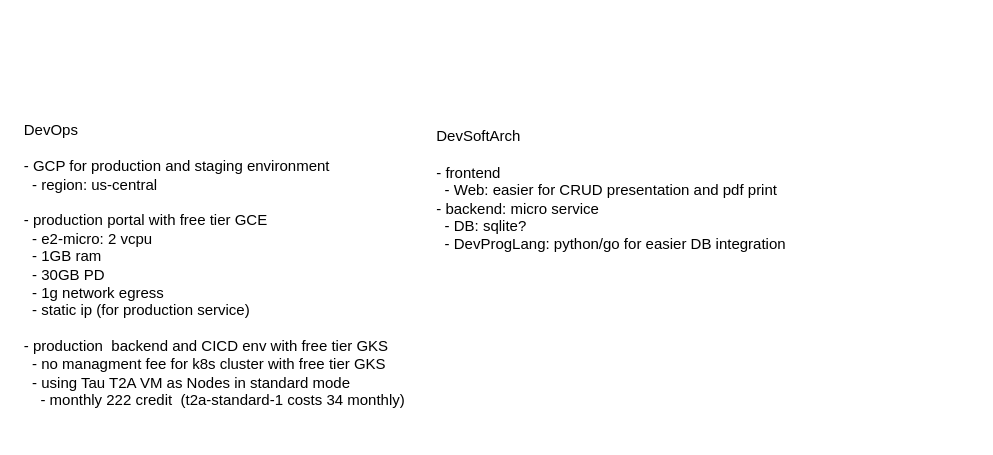
This is doc/jshunsale-devops.drawio from guava-garden/jshun-sale, a draw.io file, before an edit. Source tidied: cells renumbered, new cells numbered last; positions are measured from the earlier drawing's top-left corner, leaving out a move shared by most shapes. Both pictures are drawn from the tidied source at 125%, with x=0, y=0 at pixel (21, 21).
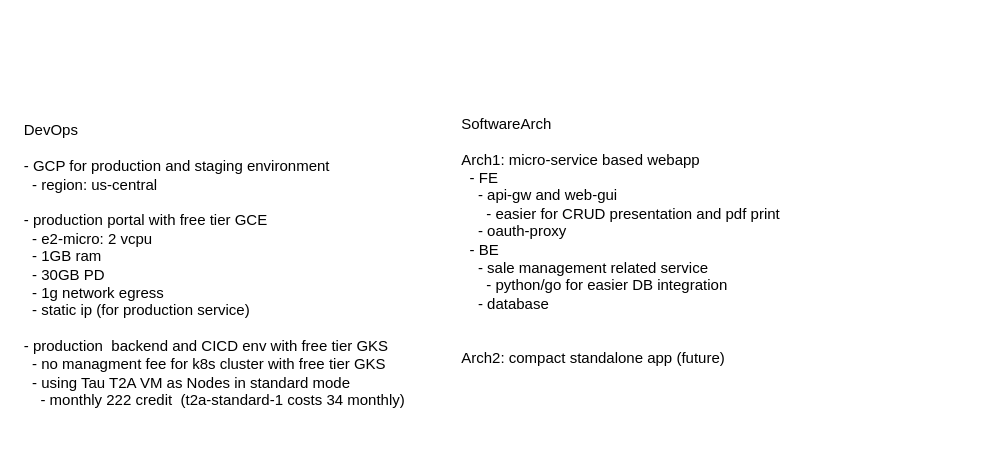
The same page after the edit.

Commit message:
Update devopts plan: software arch

What changed in the source:
```diff
@@
 <mxGraphModel>
   <root>
     <mxCell id="0" />
     <mxCell id="1" parent="0" />
     <mxCell id="2" value="DevOps&lt;br&gt;&lt;br&gt;- GCP for production and staging environment&lt;br&gt;&amp;nbsp; - region: us-central&lt;br&gt;&lt;br&gt;- production portal with free tier GCE&amp;nbsp;&lt;br&gt;&amp;nbsp; - e2-micro: 2 vcpu&lt;br&gt;&amp;nbsp; - 1GB ram&lt;br&gt;&amp;nbsp; - 30GB PD&lt;br&gt;&amp;nbsp; - 1g network egress&lt;br&gt;&amp;nbsp; - static ip (for production service)&lt;br&gt;&lt;br&gt;- production&amp;nbsp; backend and CICD env with free tier GKS&lt;br&gt;&amp;nbsp; - no managment fee for k8s cluster with free tier GKS&lt;br&gt;&amp;nbsp; - using Tau T2A VM as Nodes in standard mode&lt;br&gt;&amp;nbsp; &amp;nbsp; - monthly 222 credit&amp;nbsp; (t2a-standard-1 costs 34 monthly)" style="text;html=1;strokeColor=none;fillColor=none;align=left;verticalAlign=middle;whiteSpace=wrap;rounded=0;" parent="1" vertex="1">
       <mxGeometry y="60" width="340" height="270" as="geometry" />
     </mxCell>
-    <mxCell id="3" value="DevSoftArch&lt;br&gt;&lt;br&gt;- frontend&lt;br&gt;&amp;nbsp; - Web: easier for CRUD presentation and pdf print&lt;br&gt;- backend: micro service&lt;br&gt;&amp;nbsp; - DB: sqlite?&lt;br&gt;&amp;nbsp; - DevProgLang: python/go for easier DB integration&lt;br&gt;" style="text;html=1;strokeColor=none;fillColor=none;align=left;verticalAlign=middle;whiteSpace=wrap;rounded=0;" parent="1" vertex="1">
-      <mxGeometry x="330" width="340" height="270" as="geometry" />
+    <mxCell id="3" value="&lt;div&gt;SoftwareArch&lt;/div&gt;&lt;div&gt;&lt;br&gt;&lt;/div&gt;&lt;div&gt;Arch1: micro-service based webapp&lt;/div&gt;&lt;div&gt;&amp;nbsp; - FE&lt;/div&gt;&lt;div&gt;&amp;nbsp; &amp;nbsp; - api-gw and web-gui&lt;/div&gt;&lt;div&gt;&amp;nbsp; &amp;nbsp; &amp;nbsp; - easier for CRUD presentation and pdf print&lt;/div&gt;&lt;div&gt;&amp;nbsp; &amp;nbsp; - oauth-proxy&lt;/div&gt;&lt;div&gt;&amp;nbsp; - BE&lt;/div&gt;&lt;div&gt;&amp;nbsp; &amp;nbsp; - sale management related service&lt;/div&gt;&lt;div&gt;&amp;nbsp; &amp;nbsp; &amp;nbsp; - python/go for easier DB integration&lt;/div&gt;&lt;div&gt;&amp;nbsp; &amp;nbsp; - database&lt;/div&gt;&lt;br&gt;&lt;br&gt;Arch2: compact standalone app (future)" style="text;html=1;strokeColor=none;fillColor=none;align=left;verticalAlign=middle;whiteSpace=wrap;rounded=0;" parent="1" vertex="1">
+      <mxGeometry x="350" y="40" width="410" height="270" as="geometry" />
     </mxCell>
   </root>
 </mxGraphModel>
```
